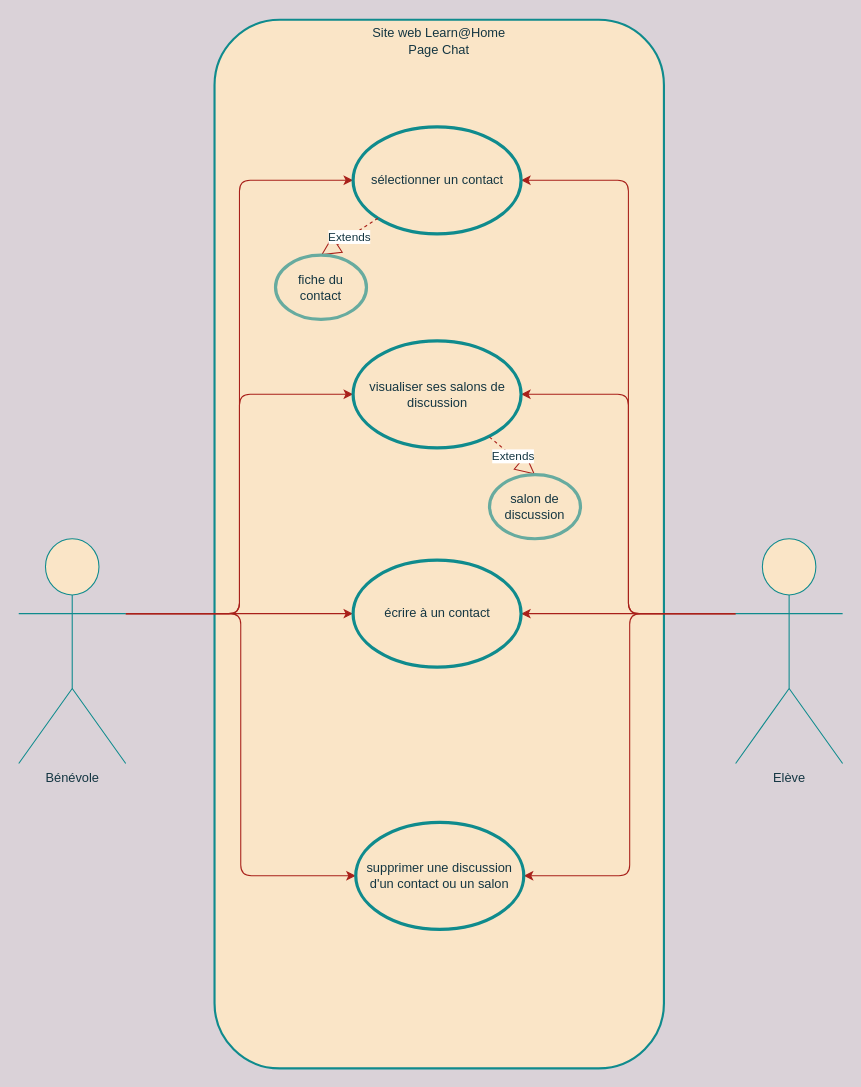
Formation-DA-PYTHON2021/projet3 keeps this draw.io diagram as page "chat" (3 of 6) of Copy of Untitled Diagram.drawio. Above is the earlier version. Source tidied: cells renumbered, new cells numbered last; positions are measured from the earlier drawing's top-left corner, leaving out a move shared by most shapes. Both pictures are drawn from the tidied source at 107%, with x=0, y=0 at pixel (18, 19).
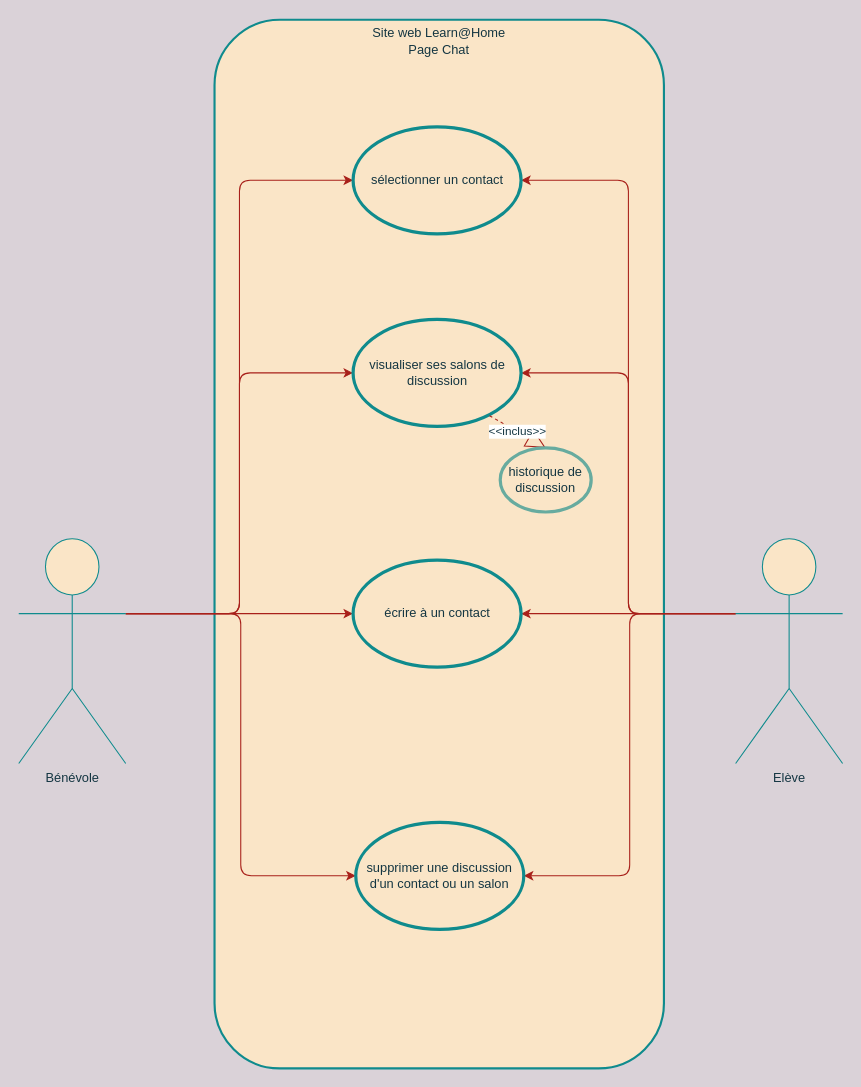
The same diagram, later.

Unchanged cells that the change refers to:
```xml
<mxCell id="14" value="sélectionner un contact" style="ellipse;whiteSpace=wrap;html=1;fillColor=#FAE5C7;strokeColor=#0F8B8D;fontColor=#143642;strokeWidth=3;" parent="1" vertex="1">
  <mxGeometry x="312.5" y="100" width="157" height="100" as="geometry" />
</mxCell>
```

The edit, as a diff of the source:
```diff
@@
     <mxCell id="15" value="visualiser ses salons de discussion" style="ellipse;whiteSpace=wrap;html=1;fillColor=#FAE5C7;strokeColor=#0F8B8D;fontColor=#143642;strokeWidth=3;" parent="1" vertex="1">
-      <mxGeometry x="312.5" y="300" width="157" height="100" as="geometry" />
+      <mxGeometry x="312.5" y="280" width="157" height="100" as="geometry" />
     </mxCell>
@@
-    <mxCell id="18" value="Extends" style="endArrow=block;endSize=16;endFill=0;html=1;fontColor=#143642;strokeColor=#A8201A;fillColor=#FAE5C7;exitX=0;exitY=1;exitDx=0;exitDy=0;entryX=0.5;entryY=0;entryDx=0;entryDy=0;dashed=1;" parent="1" edge="1" source="14" target="19">
-      <mxGeometry relative="1" as="geometry" />
-    </mxCell>
-    <mxCell id="19" value="fiche du contact" style="ellipse;whiteSpace=wrap;html=1;fillColor=#FAE5C7;strokeColor=#67AB9F;fontColor=#143642;strokeWidth=3;" parent="1" vertex="1">
-      <mxGeometry x="240" y="220" width="85" height="60" as="geometry" />
-    </mxCell>
-    <mxCell id="20" value="Extends" style="endArrow=block;endSize=16;endFill=0;html=1;fontColor=#143642;strokeColor=#A8201A;fillColor=#FAE5C7;exitX=0.812;exitY=0.9;exitDx=0;exitDy=0;entryX=0.5;entryY=0;entryDx=0;entryDy=0;exitPerimeter=0;dashed=1;" parent="1" edge="1" source="15" target="21">
+    <mxCell id="20" value="&amp;lt;&amp;lt;inclus&amp;gt;&amp;gt;" style="endArrow=block;endSize=16;endFill=0;html=1;fontColor=#143642;strokeColor=#A8201A;fillColor=#FAE5C7;exitX=0.812;exitY=0.9;exitDx=0;exitDy=0;entryX=0.5;entryY=0;entryDx=0;entryDy=0;exitPerimeter=0;dashed=1;" parent="1" edge="1" source="15" target="21">
       <mxGeometry relative="1" as="geometry" />
     </mxCell>
-    <mxCell id="21" value="salon de discussion" style="ellipse;whiteSpace=wrap;html=1;fillColor=#FAE5C7;strokeColor=#67AB9F;fontColor=#143642;strokeWidth=3;" parent="1" vertex="1">
-      <mxGeometry x="440" y="425" width="85" height="60" as="geometry" />
+    <mxCell id="21" value="historique de discussion" style="ellipse;whiteSpace=wrap;html=1;fillColor=#FAE5C7;strokeColor=#67AB9F;fontColor=#143642;strokeWidth=3;" parent="1" vertex="1">
+      <mxGeometry x="450" y="400" width="85" height="60" as="geometry" />
     </mxCell>
```
